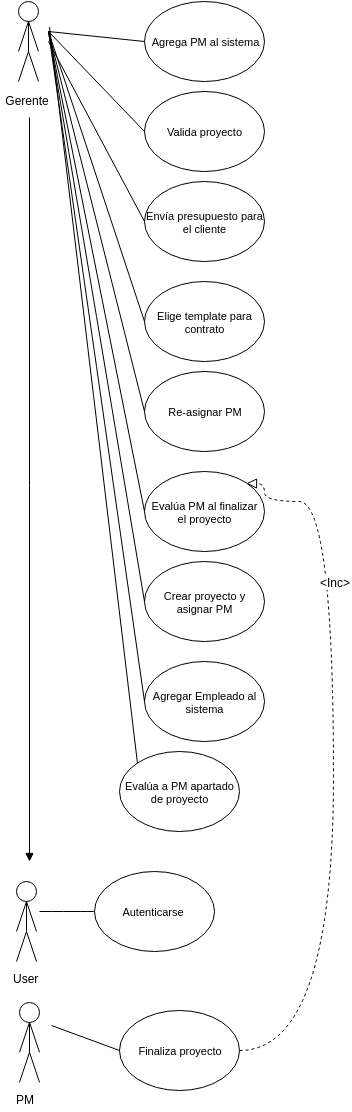
FlyingPumba/tp2-inge1 keeps this draw.io diagram as latex/imagenes/CasosDeUsoGerente.png. Above is the earlier version. Source tidied: cells renumbered, new cells last; positions are measured from the earlier drawing's top-left corner, leaving out a move shared by most shapes.
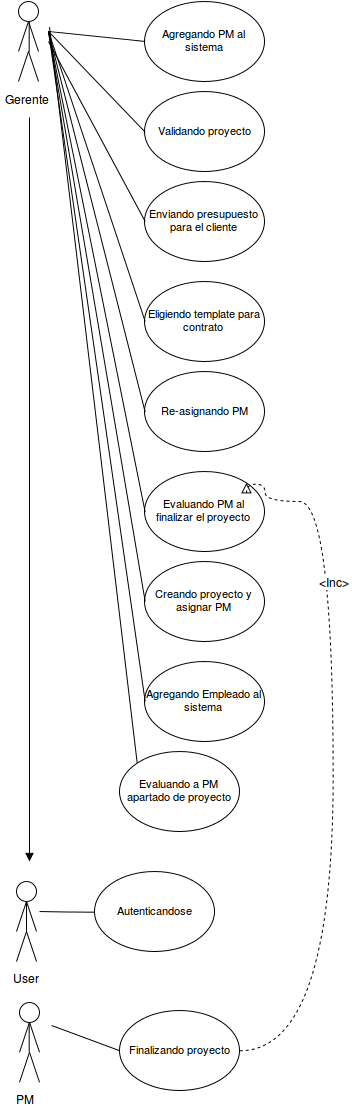
After the change.

Commit message:
Nuevas vistas Casos de uso

Diff of the diagram source:
```diff
@@ -7,7 +7,7 @@
     </mxCell>
     <mxCell id="3" style="edgeStyle=orthogonalEdgeStyle;rounded=0;html=1;exitX=0.5;exitY=1;endArrow=none;endFill=0;jettySize=auto;" parent="1" edge="1" source="2">
       <mxGeometry x="917" y="-3340" as="geometry">
-        <mxPoint x="27" y="50" as="targetPoint" />
+        <mxPoint x="27.7" y="50.7" as="targetPoint" />
       </mxGeometry>
     </mxCell>
     <mxCell id="4" style="endArrow=none;html=1;endFill=0;" parent="1" edge="1">
@@ -34,25 +34,25 @@
         <mxPoint x="27" y="50" as="targetPoint" />
       </mxGeometry>
     </mxCell>
-    <mxCell id="8" value="Agrega PM al sistema" style="ellipse;whiteSpace=wrap;html=1;fontSize=11;" parent="1" vertex="1">
+    <mxCell id="8" value="Agregando PM al sistema" style="ellipse;whiteSpace=wrap;html=1;fontSize=11;" parent="1" vertex="1">
       <mxGeometry x="143" width="120" height="80" as="geometry" />
     </mxCell>
-    <mxCell id="9" value="&lt;span&gt;Valida proyecto&lt;/span&gt;" style="ellipse;whiteSpace=wrap;html=1;fontSize=11;" parent="1" vertex="1">
+    <mxCell id="9" value="&lt;span&gt;Validando proyecto&lt;/span&gt;" style="ellipse;whiteSpace=wrap;html=1;fontSize=11;" parent="1" vertex="1">
       <mxGeometry x="143" y="90" width="120" height="80" as="geometry" />
     </mxCell>
-    <mxCell id="10" value="&lt;span&gt;Elige template para contrato&lt;/span&gt;&lt;br&gt;" style="ellipse;whiteSpace=wrap;html=1;fontSize=11;" parent="1" vertex="1">
+    <mxCell id="10" value="&lt;span&gt;Eligiendo template para contrato&lt;/span&gt;&lt;br&gt;" style="ellipse;whiteSpace=wrap;html=1;fontSize=11;" parent="1" vertex="1">
       <mxGeometry x="143" y="280" width="120" height="80" as="geometry" />
     </mxCell>
-    <mxCell id="11" value="&lt;span&gt;Re-asignar PM&lt;/span&gt;&lt;br&gt;" style="ellipse;whiteSpace=wrap;html=1;fontSize=11;" parent="1" vertex="1">
+    <mxCell id="11" value="&lt;span&gt;Re-asignando PM&lt;/span&gt;&lt;br&gt;" style="ellipse;whiteSpace=wrap;html=1;fontSize=11;" parent="1" vertex="1">
       <mxGeometry x="143" y="370" width="120" height="80" as="geometry" />
     </mxCell>
-    <mxCell id="12" value="&lt;span&gt;Evalúa PM al finalizar el proyecto&lt;/span&gt;&lt;br&gt;" style="ellipse;whiteSpace=wrap;html=1;fontSize=11;" parent="1" vertex="1">
+    <mxCell id="12" value="&lt;span&gt;Evaluando PM al finalizar el proyecto&lt;/span&gt;&lt;br&gt;" style="ellipse;whiteSpace=wrap;html=1;fontSize=11;" parent="1" vertex="1">
       <mxGeometry x="143" y="470" width="120" height="80" as="geometry" />
     </mxCell>
-    <mxCell id="13" value="&lt;span&gt;Crear proyecto y asignar PM&lt;/span&gt;&lt;br&gt;" style="ellipse;whiteSpace=wrap;html=1;fontSize=11;" parent="1" vertex="1">
+    <mxCell id="13" value="&lt;span&gt;Creando proyecto y asignar PM&lt;/span&gt;&lt;br&gt;" style="ellipse;whiteSpace=wrap;html=1;fontSize=11;" parent="1" vertex="1">
       <mxGeometry x="143" y="560" width="120" height="80" as="geometry" />
     </mxCell>
-    <mxCell id="14" value="&lt;span&gt;Agregar Empleado al sistema&lt;/span&gt;&lt;br&gt;" style="ellipse;whiteSpace=wrap;html=1;fontSize=11;" parent="1" vertex="1">
+    <mxCell id="14" value="&lt;span&gt;Agregando Empleado al sistema&lt;/span&gt;&lt;br&gt;" style="ellipse;whiteSpace=wrap;html=1;fontSize=11;" parent="1" vertex="1">
       <mxGeometry x="143" y="660" width="120" height="80" as="geometry" />
     </mxCell>
     <mxCell id="15" style="endArrow=none;html=1;endFill=0;entryX=0;entryY=0.5;" parent="1" edge="1" target="8">
@@ -90,7 +90,7 @@
         <mxPoint x="47" y="30" as="sourcePoint" />
       </mxGeometry>
     </mxCell>
-    <mxCell id="22" value="&lt;span&gt;Envía presupuesto para el cliente&lt;/span&gt;&lt;br&gt;" style="ellipse;whiteSpace=wrap;html=1;fontSize=11;" parent="1" vertex="1">
+    <mxCell id="22" value="&lt;span&gt;Enviando presupuesto para el cliente&lt;/span&gt;&lt;br&gt;" style="ellipse;whiteSpace=wrap;html=1;fontSize=11;" parent="1" vertex="1">
       <mxGeometry x="143" y="180" width="120" height="80" as="geometry" />
     </mxCell>
     <mxCell id="23" style="edgeStyle=none;rounded=0;html=1;exitX=0;exitY=0.5;endArrow=none;endFill=0;jettySize=auto;" parent="1" edge="1" source="22">
@@ -103,7 +103,7 @@
     </mxCell>
     <mxCell id="25" style="edgeStyle=orthogonalEdgeStyle;rounded=0;html=1;exitX=0.5;exitY=1;endArrow=none;endFill=0;jettySize=auto;" parent="1" edge="1" source="24">
       <mxGeometry x="915.4" y="-2460.1" as="geometry">
-        <mxPoint x="25" y="930" as="targetPoint" />
+        <mxPoint x="25" y="930.7" as="targetPoint" />
       </mxGeometry>
     </mxCell>
     <mxCell id="26" style="endArrow=none;html=1;endFill=0;" parent="1" edge="1">
@@ -133,7 +133,7 @@
     <mxCell id="30" value="User" style="text;html=1;align=left;verticalAlign=top;spacingTop=-4;" parent="1" vertex="1">
       <mxGeometry x="10" y="967.9" width="40" height="20" as="geometry" />
     </mxCell>
-    <mxCell id="31" value="&lt;span&gt;Autenticarse&amp;nbsp;&lt;/span&gt;&lt;br&gt;" style="ellipse;whiteSpace=wrap;html=1;fontSize=11;" parent="1" vertex="1">
+    <mxCell id="31" value="&lt;span&gt;Autenticandose&lt;/span&gt;" style="ellipse;whiteSpace=wrap;html=1;fontSize=11;" parent="1" vertex="1">
       <mxGeometry x="93" y="870" width="120" height="80" as="geometry" />
     </mxCell>
     <mxCell id="32" style="edgeStyle=orthogonalEdgeStyle;curved=1;rounded=0;html=1;exitX=0;exitY=0.5;startArrow=none;startFill=0;endArrow=none;endFill=0;jettySize=auto;fontSize=15;" parent="1" edge="1" source="31">
@@ -147,7 +147,7 @@
         <mxPoint x="28" y="116" as="targetPoint" />
       </mxGeometry>
     </mxCell>
-    <mxCell id="34" value="Evalúa a PM apartado de proyecto" style="ellipse;whiteSpace=wrap;html=1;fontSize=11;" parent="1" vertex="1">
+    <mxCell id="34" value="Evaluando a PM apartado de proyecto" style="ellipse;whiteSpace=wrap;html=1;fontSize=11;" parent="1" vertex="1">
       <mxGeometry x="118" y="750" width="120" height="80" as="geometry" />
     </mxCell>
     <mxCell id="35" style="edgeStyle=none;rounded=0;html=1;exitX=0;exitY=0;endArrow=none;endFill=0;jettySize=auto;" parent="1" edge="1" source="34">
@@ -160,7 +160,7 @@
     </mxCell>
     <mxCell id="37" style="edgeStyle=orthogonalEdgeStyle;rounded=0;html=1;exitX=0.5;exitY=1;endArrow=none;endFill=0;jettySize=auto;" parent="1" edge="1" source="36">
       <mxGeometry x="918.4" y="-2339.4" as="geometry">
-        <mxPoint x="28" y="1051" as="targetPoint" />
+        <mxPoint x="27.7" y="1050.7" as="targetPoint" />
       </mxGeometry>
     </mxCell>
     <mxCell id="38" style="endArrow=none;html=1;endFill=0;" parent="1" edge="1">
@@ -190,7 +190,7 @@
     <mxCell id="42" value="PM" style="text;html=1;align=left;verticalAlign=top;spacingTop=-4;" parent="1" vertex="1">
       <mxGeometry x="13" y="1088.6" width="30" height="20" as="geometry" />
     </mxCell>
-    <mxCell id="43" value="&lt;div&gt;&lt;span&gt;Finaliza proyecto &lt;/span&gt;&lt;/div&gt;" style="ellipse;whiteSpace=wrap;html=1;fontSize=11;" parent="1" vertex="1">
+    <mxCell id="43" value="&lt;div&gt;&lt;span&gt;Finalizando proyecto &lt;/span&gt;&lt;/div&gt;" style="ellipse;whiteSpace=wrap;html=1;fontSize=11;" parent="1" vertex="1">
       <mxGeometry x="118" y="1008.7" width="120" height="80" as="geometry" />
     </mxCell>
     <mxCell id="44" style="edgeStyle=none;rounded=0;html=1;exitX=0;exitY=0.5;startArrow=none;startFill=0;endArrow=none;endFill=0;jettySize=auto;" parent="1" edge="1" source="43">
@@ -212,7 +212,7 @@
       <mxGeometry x="0.51" y="-1" relative="1" as="geometry" />
     </mxCell>
     <mxCell id="47" value="&amp;lt;Inc&amp;gt;" style="text;html=1;align=center;verticalAlign=middle;labelBackgroundColor=#ffffff;fontSize=12;" parent="1" vertex="1">
-      <mxGeometry x="333" y="580" as="geometry" />
+      <mxGeometry x="332.7" y="580" as="geometry" />
     </mxCell>
     <mxCell id="48" value="Gerente" style="text;html=1;strokeColor=none;fillColor=none;align=center;verticalAlign=middle;whiteSpace=wrap;overflow=hidden;" parent="1" vertex="1">
       <mxGeometry y="88" width="50" height="20" as="geometry" />
```
